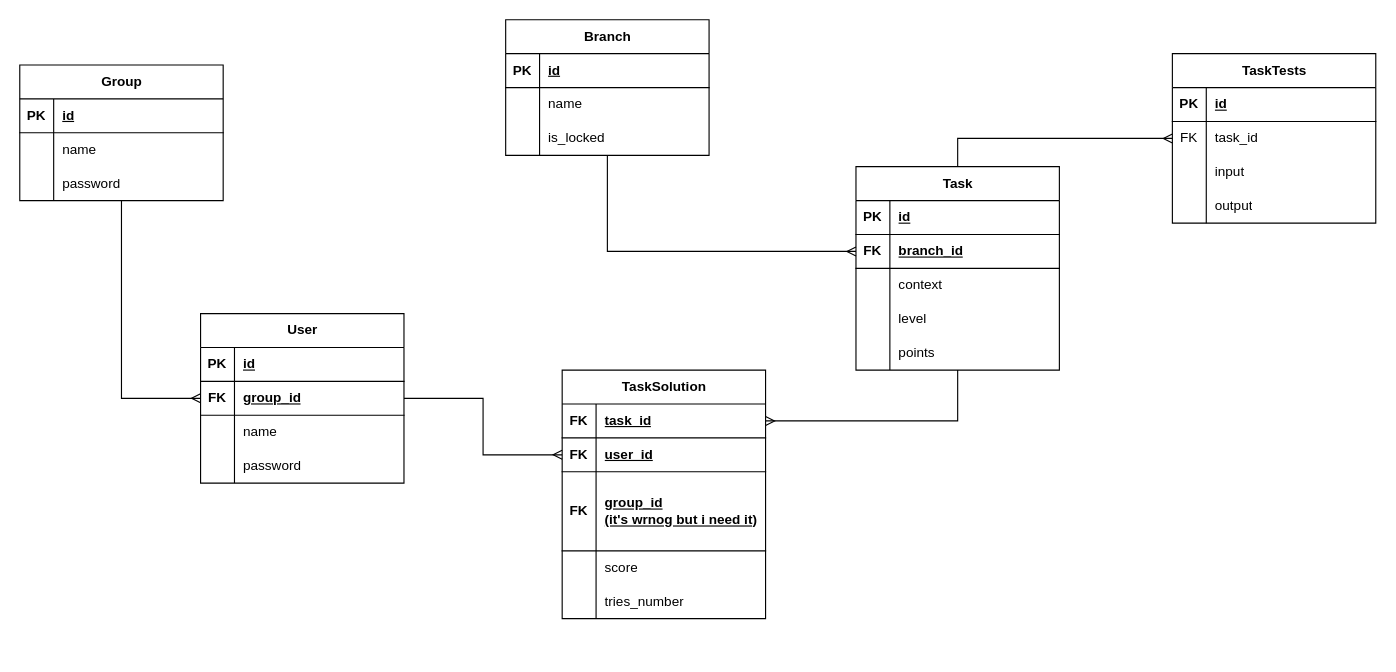
Above: database/solve-it-platform.drawio in TechGeeks-Club/solve-it-platform (draw.io), before the change. Source tidied: cells renumbered, new cells numbered last; positions are measured from the earlier drawing's top-left corner, leaving out a move shared by most shapes. Both pictures are drawn from the tidied source at 113%, with x=0, y=0 at pixel (19, 19).
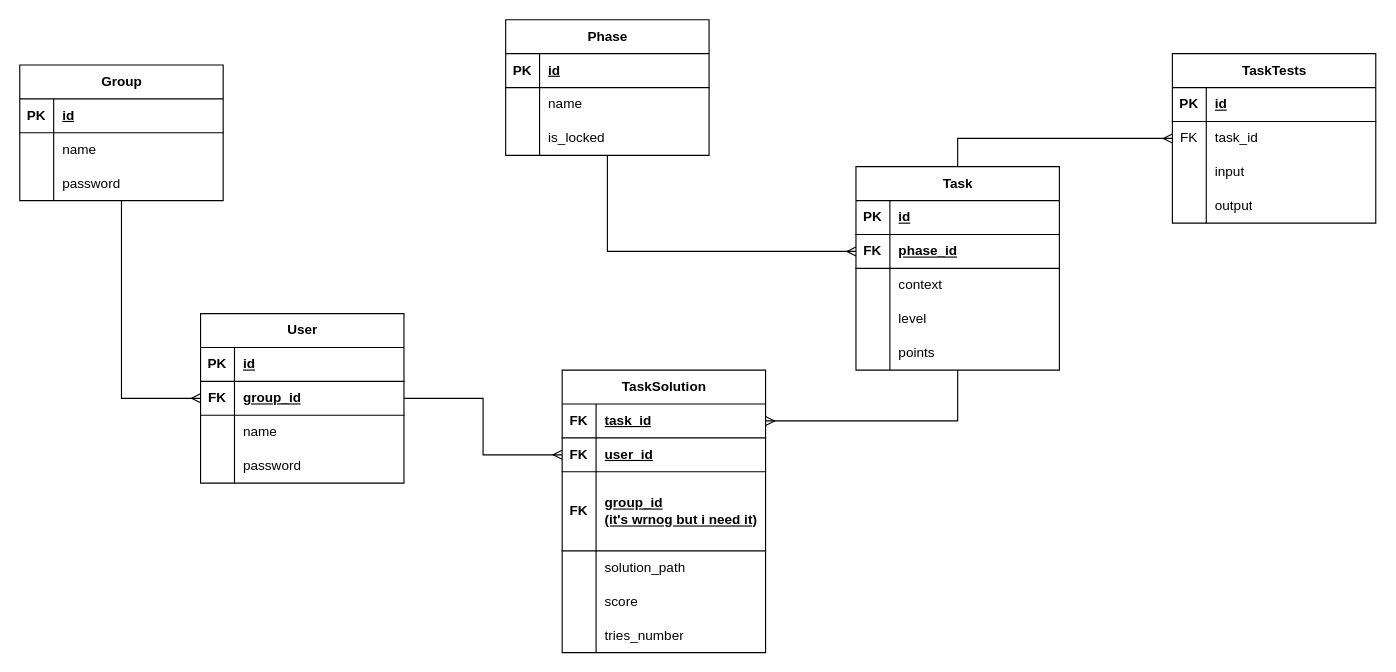
The same diagram, later.

Commit message (it also covers changes not shown here):
updated database schema (in drawio file)

The change refers to these unchanged cells:
```xml
<mxCell id="33" style="shape=tableRow;horizontal=0;startSize=0;swimlaneHead=0;swimlaneBody=0;fillColor=none;points=[[0,0.5],[1,0.5]];portConstraint=eastwest;top=0;left=0;right=0;bottom=1;" parent="29" vertex="1">
  <mxGeometry y="60" width="180" height="30" as="geometry" />
</mxCell>
```

What changed in the source:
```diff
@@
-    <mxCell id="35" value="branch_id" style="shape=partialRectangle;fillColor=none;top=0;left=0;bottom=0;right=0;align=left;spacingLeft=6;fontStyle=5;overflow=hidden;whiteSpace=wrap;html=1;" parent="33" vertex="1">
+    <mxCell id="35" value="phase_id" style="shape=partialRectangle;fillColor=none;top=0;left=0;bottom=0;right=0;align=left;spacingLeft=6;fontStyle=5;overflow=hidden;whiteSpace=wrap;html=1;" parent="33" vertex="1">
       <mxGeometry x="30" width="150" height="30" as="geometry" />
     </mxCell>
@@
-    <mxCell id="59" value="Branch" style="shape=table;startSize=30;childLayout=tableLayout;rowLines=0;fontStyle=1;align=center;html=1;" parent="1" vertex="1">
+    <mxCell id="59" value="Phase" style="shape=table;startSize=30;childLayout=tableLayout;rowLines=0;fontStyle=1;align=center;html=1;" parent="1" vertex="1">
       <mxGeometry x="430" width="180" height="120" as="geometry" />
     </mxCell>
@@
     <mxCell id="69" value="TaskSolution" style="shape=table;startSize=30;childLayout=tableLayout;rowLines=0;fontStyle=1;align=center;html=1;" parent="1" vertex="1">
-      <mxGeometry x="480" y="310" width="180" height="220" as="geometry" />
+      <mxGeometry x="480" y="310" width="180" height="250" as="geometry" />
     </mxCell>
@@
+    <mxCell id="85" style="shape=tableRow;horizontal=0;startSize=0;swimlaneHead=0;swimlaneBody=0;fillColor=none;top=0;left=0;right=0;bottom=0;" parent="69" vertex="1">
+      <mxGeometry y="160" width="180" height="30" as="geometry" />
+    </mxCell>
+    <mxCell id="86" style="shape=partialRectangle;fillColor=none;top=0;left=0;bottom=0;right=0;overflow=hidden;whiteSpace=wrap;html=1;" parent="85" vertex="1">
+      <mxGeometry width="30" height="30" as="geometry" />
+    </mxCell>
+    <mxCell id="87" value="solution_path" style="shape=partialRectangle;fillColor=none;top=0;left=0;bottom=0;right=0;align=left;spacingLeft=6;overflow=hidden;whiteSpace=wrap;html=1;" parent="85" vertex="1">
+      <mxGeometry x="30" width="150" height="30" as="geometry" />
+    </mxCell>
     <mxCell id="79" style="shape=tableRow;horizontal=0;startSize=0;swimlaneHead=0;swimlaneBody=0;fillColor=none;top=0;left=0;right=0;bottom=0;" parent="69" vertex="1">
-      <mxGeometry y="160" width="180" height="30" as="geometry" />
+      <mxGeometry y="190" width="180" height="30" as="geometry" />
     </mxCell>
@@
     <mxCell id="82" style="shape=tableRow;horizontal=0;startSize=0;swimlaneHead=0;swimlaneBody=0;fillColor=none;top=0;left=0;right=0;bottom=0;" parent="69" vertex="1">
-      <mxGeometry y="190" width="180" height="30" as="geometry" />
+      <mxGeometry y="220" width="180" height="30" as="geometry" />
     </mxCell>
```
